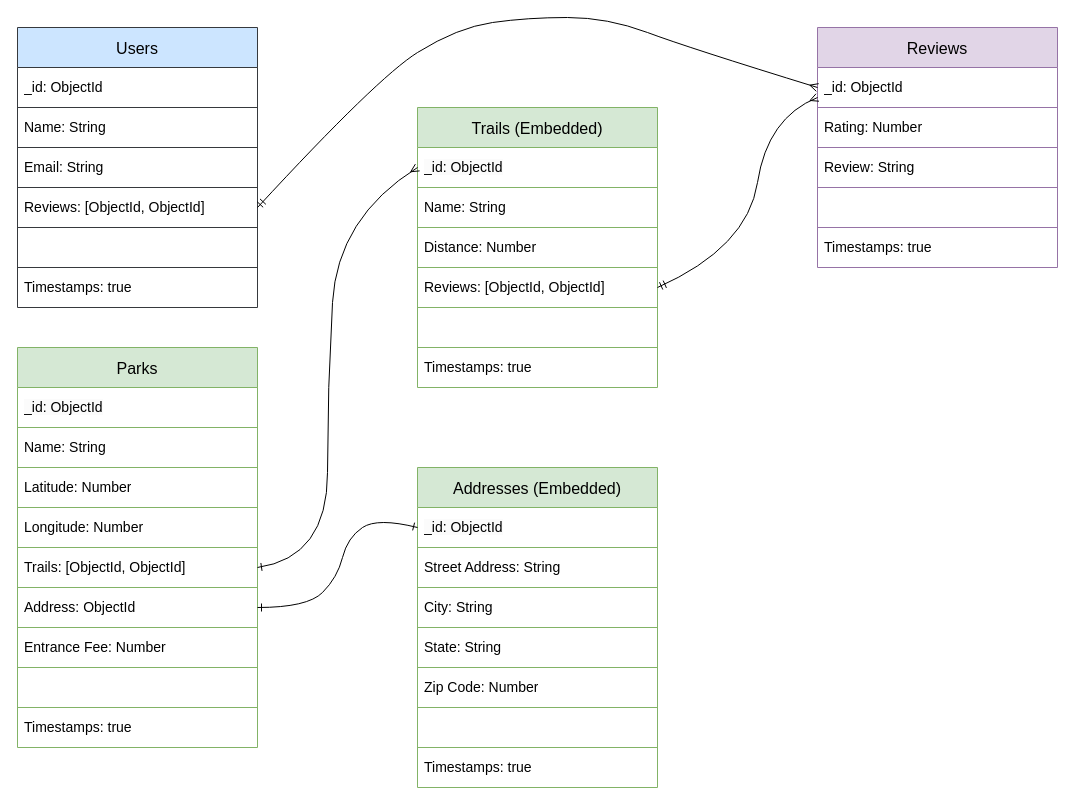
caitlinfcorrigan/MyTrails keeps this draw.io diagram as wireframes/drawio-files/ERD-reach.drawio. Above is the earlier version. Source tidied: cells renumbered, new cells numbered last; positions are measured from the earlier drawing's top-left corner, leaving out a move shared by most shapes. Both pictures are drawn from the tidied source at 100%, with x=0, y=0 at pixel (17, 17).
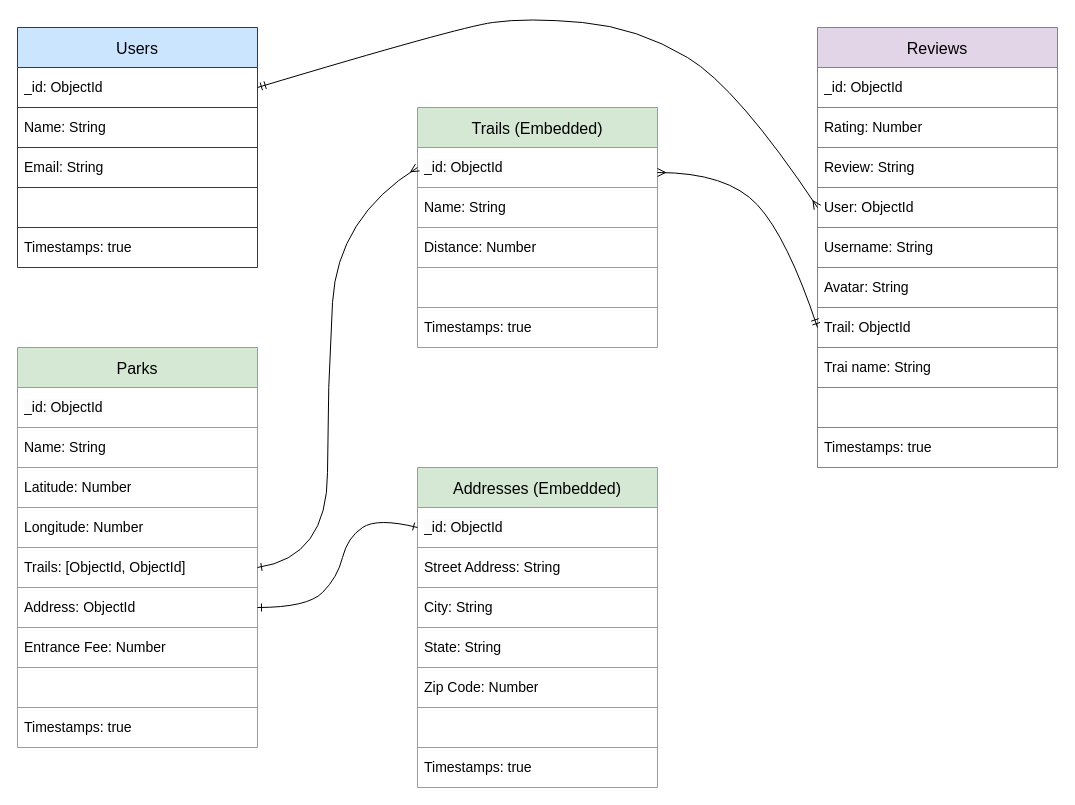
The same diagram, later.

Commit message (it also covers changes not shown here):
implements edit and delete functionality via reviews page

Unchanged cells that the change refers to:
```xml
<mxCell id="3" style="shape=tableRow;horizontal=0;startSize=0;swimlaneHead=0;swimlaneBody=0;top=0;left=0;bottom=0;right=0;fillColor=none;points=[[0,0.5],[1,0.5]];portConstraint=eastwest;" parent="2" vertex="1">
  <mxGeometry y="40" width="240" height="40" as="geometry" />
</mxCell>
<mxCell id="17" style="shape=tableRow;horizontal=0;startSize=0;swimlaneHead=0;swimlaneBody=0;top=0;left=0;bottom=0;right=0;fillColor=none;points=[[0,0.5],[1,0.5]];portConstraint=eastwest;" parent="16" vertex="1">
  <mxGeometry y="40" width="240" height="40" as="geometry" />
</mxCell>
```

The edit, as a diff of the source:
```diff
@@
     <mxCell id="2" value="Users" style="shape=table;startSize=40;childLayout=tableLayout;fontSize=16;fillColor=#cce5ff;strokeColor=#36393d;" parent="1" vertex="1">
-      <mxGeometry y="10" width="240" height="280" as="geometry" />
+      <mxGeometry y="10" width="240" height="240" as="geometry" />
     </mxCell>
@@
-    <mxCell id="9" style="shape=tableRow;horizontal=0;startSize=0;swimlaneHead=0;swimlaneBody=0;top=0;left=0;bottom=0;right=0;fillColor=none;points=[[0,0.5],[1,0.5]];portConstraint=eastwest;" parent="2" vertex="1">
-      <mxGeometry y="160" width="240" height="40" as="geometry" />
-    </mxCell>
-    <mxCell id="10" value="Reviews: [ObjectId, ObjectId]" style="shape=partialRectangle;html=1;whiteSpace=wrap;overflow=hidden;fillColor=none;top=0;left=0;bottom=0;right=0;align=left;fontSize=14;spacingLeft=5;" parent="9" vertex="1">
-      <mxGeometry width="240" height="40" as="geometry" />
-    </mxCell>
     <mxCell id="11" style="shape=tableRow;horizontal=0;startSize=0;swimlaneHead=0;swimlaneBody=0;top=0;left=0;bottom=0;right=0;fillColor=none;" parent="2" vertex="1">
-      <mxGeometry y="200" width="240" height="40" as="geometry" />
+      <mxGeometry y="160" width="240" height="40" as="geometry" />
     </mxCell>
@@
     <mxCell id="14" style="shape=tableRow;horizontal=0;startSize=0;swimlaneHead=0;swimlaneBody=0;top=0;left=0;bottom=0;right=0;fillColor=none;" parent="2" vertex="1">
-      <mxGeometry y="240" width="240" height="40" as="geometry" />
+      <mxGeometry y="200" width="240" height="40" as="geometry" />
     </mxCell>
@@
     <mxCell id="16" value="Reviews" style="shape=table;startSize=40;childLayout=tableLayout;fontSize=16;fillColor=#e1d5e7;strokeColor=#9673a6;" parent="1" vertex="1">
-      <mxGeometry x="800" y="10" width="240" height="240" as="geometry" />
+      <mxGeometry x="800" y="10" width="240" height="440" as="geometry" />
     </mxCell>
@@
+    <mxCell id="81" style="shape=tableRow;horizontal=0;startSize=0;swimlaneHead=0;swimlaneBody=0;top=0;left=0;bottom=0;right=0;fillColor=none;points=[[0,0.5],[1,0.5]];portConstraint=eastwest;" parent="16" vertex="1">
+      <mxGeometry y="160" width="240" height="40" as="geometry" />
+    </mxCell>
+    <mxCell id="82" value="User: ObjectId" style="shape=partialRectangle;html=1;whiteSpace=wrap;overflow=hidden;fillColor=none;top=0;left=0;bottom=0;right=0;align=left;fontSize=14;spacingLeft=5;" parent="81" vertex="1">
+      <mxGeometry width="240" height="40" as="geometry" />
+    </mxCell>
+    <mxCell id="83" style="shape=tableRow;horizontal=0;startSize=0;swimlaneHead=0;swimlaneBody=0;top=0;left=0;bottom=0;right=0;fillColor=none;" parent="16" vertex="1">
+      <mxGeometry y="200" width="240" height="40" as="geometry" />
+    </mxCell>
+    <mxCell id="84" value="Username: String" style="shape=partialRectangle;html=1;whiteSpace=wrap;overflow=hidden;fillColor=none;top=0;left=0;bottom=0;right=0;align=left;fontSize=14;spacingLeft=5;" parent="83" vertex="1">
+      <mxGeometry width="240" height="40" as="geometry" />
+    </mxCell>
     <mxCell id="23" style="shape=tableRow;horizontal=0;startSize=0;swimlaneHead=0;swimlaneBody=0;top=0;left=0;bottom=0;right=0;fillColor=none;" parent="16" vertex="1">
-      <mxGeometry y="160" width="240" height="40" as="geometry" />
+      <mxGeometry y="240" width="240" height="40" as="geometry" />
     </mxCell>
-    <mxCell id="24" style="shape=partialRectangle;html=1;whiteSpace=wrap;overflow=hidden;fillColor=none;top=0;left=0;bottom=0;right=0;align=left;fontSize=14;spacingLeft=5;" parent="23" vertex="1">
+    <mxCell id="24" value="Avatar: String" style="shape=partialRectangle;html=1;whiteSpace=wrap;overflow=hidden;fillColor=none;top=0;left=0;bottom=0;right=0;align=left;fontSize=14;spacingLeft=5;" parent="23" vertex="1">
       <mxGeometry width="240" height="40" as="geometry" />
     </mxCell>
+    <mxCell id="85" style="shape=tableRow;horizontal=0;startSize=0;swimlaneHead=0;swimlaneBody=0;top=0;left=0;bottom=0;right=0;fillColor=none;points=[[0,0.5],[1,0.5]];portConstraint=eastwest;" parent="16" vertex="1">
+      <mxGeometry y="280" width="240" height="40" as="geometry" />
+    </mxCell>
+    <mxCell id="86" value="Trail: ObjectId" style="shape=partialRectangle;html=1;whiteSpace=wrap;overflow=hidden;fillColor=none;top=0;left=0;bottom=0;right=0;align=left;fontSize=14;spacingLeft=5;" parent="85" vertex="1">
+      <mxGeometry width="240" height="40" as="geometry" />
+    </mxCell>
+    <mxCell id="87" style="shape=tableRow;horizontal=0;startSize=0;swimlaneHead=0;swimlaneBody=0;top=0;left=0;bottom=0;right=0;fillColor=none;" parent="16" vertex="1">
+      <mxGeometry y="320" width="240" height="40" as="geometry" />
+    </mxCell>
+    <mxCell id="88" value="Trai name: String" style="shape=partialRectangle;html=1;whiteSpace=wrap;overflow=hidden;fillColor=none;top=0;left=0;bottom=0;right=0;align=left;fontSize=14;spacingLeft=5;" parent="87" vertex="1">
+      <mxGeometry width="240" height="40" as="geometry" />
+    </mxCell>
+    <mxCell id="89" style="shape=tableRow;horizontal=0;startSize=0;swimlaneHead=0;swimlaneBody=0;top=0;left=0;bottom=0;right=0;fillColor=none;" parent="16" vertex="1">
+      <mxGeometry y="360" width="240" height="40" as="geometry" />
+    </mxCell>
+    <mxCell id="90" style="shape=partialRectangle;html=1;whiteSpace=wrap;overflow=hidden;fillColor=none;top=0;left=0;bottom=0;right=0;align=left;fontSize=14;spacingLeft=5;" parent="89" vertex="1">
+      <mxGeometry width="240" height="40" as="geometry" />
+    </mxCell>
     <mxCell id="25" style="shape=tableRow;horizontal=0;startSize=0;swimlaneHead=0;swimlaneBody=0;top=0;left=0;bottom=0;right=0;fillColor=none;" parent="16" vertex="1">
-      <mxGeometry y="200" width="240" height="40" as="geometry" />
+      <mxGeometry y="400" width="240" height="40" as="geometry" />
     </mxCell>
@@
     <mxCell id="47" value="Trails (Embedded)" style="shape=table;startSize=40;childLayout=tableLayout;fontSize=16;labelBackgroundColor=none;fillColor=#d5e8d4;gradientColor=none;strokeColor=#82b366;" parent="1" vertex="1">
-      <mxGeometry x="400" y="90" width="240" height="280" as="geometry" />
+      <mxGeometry x="400" y="90" width="240" height="240" as="geometry" />
     </mxCell>
@@
-    <mxCell id="54" style="shape=tableRow;horizontal=0;startSize=0;swimlaneHead=0;swimlaneBody=0;top=0;left=0;bottom=0;right=0;fillColor=none;points=[[0,0.5],[1,0.5]];portConstraint=eastwest;" parent="47" vertex="1">
-      <mxGeometry y="160" width="240" height="40" as="geometry" />
-    </mxCell>
-    <mxCell id="55" value="Reviews: [ObjectId, ObjectId]" style="shape=partialRectangle;html=1;whiteSpace=wrap;overflow=hidden;fillColor=none;top=0;left=0;bottom=0;right=0;align=left;fontSize=14;spacingLeft=5;" parent="54" vertex="1">
-      <mxGeometry width="240" height="40" as="geometry" />
-    </mxCell>
     <mxCell id="56" style="shape=tableRow;horizontal=0;startSize=0;swimlaneHead=0;swimlaneBody=0;top=0;left=0;bottom=0;right=0;fillColor=none;" parent="47" vertex="1">
-      <mxGeometry y="200" width="240" height="40" as="geometry" />
+      <mxGeometry y="160" width="240" height="40" as="geometry" />
     </mxCell>
@@
     <mxCell id="59" style="shape=tableRow;horizontal=0;startSize=0;swimlaneHead=0;swimlaneBody=0;top=0;left=0;bottom=0;right=0;fillColor=none;" parent="47" vertex="1">
-      <mxGeometry y="240" width="240" height="40" as="geometry" />
+      <mxGeometry y="200" width="240" height="40" as="geometry" />
     </mxCell>
@@
-    <mxCell id="78" style="curved=1;endArrow=ERmany;html=1;fontSize=14;exitX=1;exitY=0.5;exitDx=0;exitDy=0;entryX=0;entryY=0.5;entryDx=0;entryDy=0;endFill=0;startArrow=ERmandOne;startFill=0;" parent="1" edge="1" source="9" target="17">
+    <mxCell id="78" style="curved=1;endArrow=ERmany;html=1;fontSize=14;exitX=1;exitY=0.5;exitDx=0;exitDy=0;entryX=0;entryY=0.5;entryDx=0;entryDy=0;endFill=0;startArrow=ERmandOne;startFill=0;" parent="1" edge="1" source="3" target="81">
       <mxGeometry relative="1" as="geometry">
         <Array as="points">
-          <mxPoint x="360" y="60" />
           <mxPoint x="440" y="10" />
           <mxPoint x="510" />
-          <mxPoint x="590" />
-          <mxPoint x="670" y="30" />
+          <mxPoint x="620" y="10" />
+          <mxPoint x="720" y="70" />
         </Array>
       </mxGeometry>
     </mxCell>
@@
-    <mxCell id="80" style="curved=1;endArrow=ERmany;html=1;fontSize=14;exitX=1;exitY=0.5;exitDx=0;exitDy=0;endFill=0;startArrow=ERmandOne;startFill=0;" parent="1" edge="1" source="54">
-      <mxGeometry relative="1" as="geometry">
-        <mxPoint x="800" y="80" as="targetPoint" />
-        <Array as="points">
-          <mxPoint x="730" y="230" />
-          <mxPoint x="750" y="100" />
-        </Array>
-      </mxGeometry>
-    </mxCell>
+    <mxCell id="91" style="curved=1;endArrow=ERmandOne;html=1;entryX=0;entryY=0.5;entryDx=0;entryDy=0;startArrow=ERmany;startFill=0;endFill=0;" parent="1" edge="1" target="85">
+      <mxGeometry relative="1" as="geometry">
+        <mxPoint x="640" y="155" as="sourcePoint" />
+        <Array as="points">
+          <mxPoint x="710" y="155" />
+          <mxPoint x="770" y="220" />
+        </Array>
+      </mxGeometry>
+    </mxCell>
```
